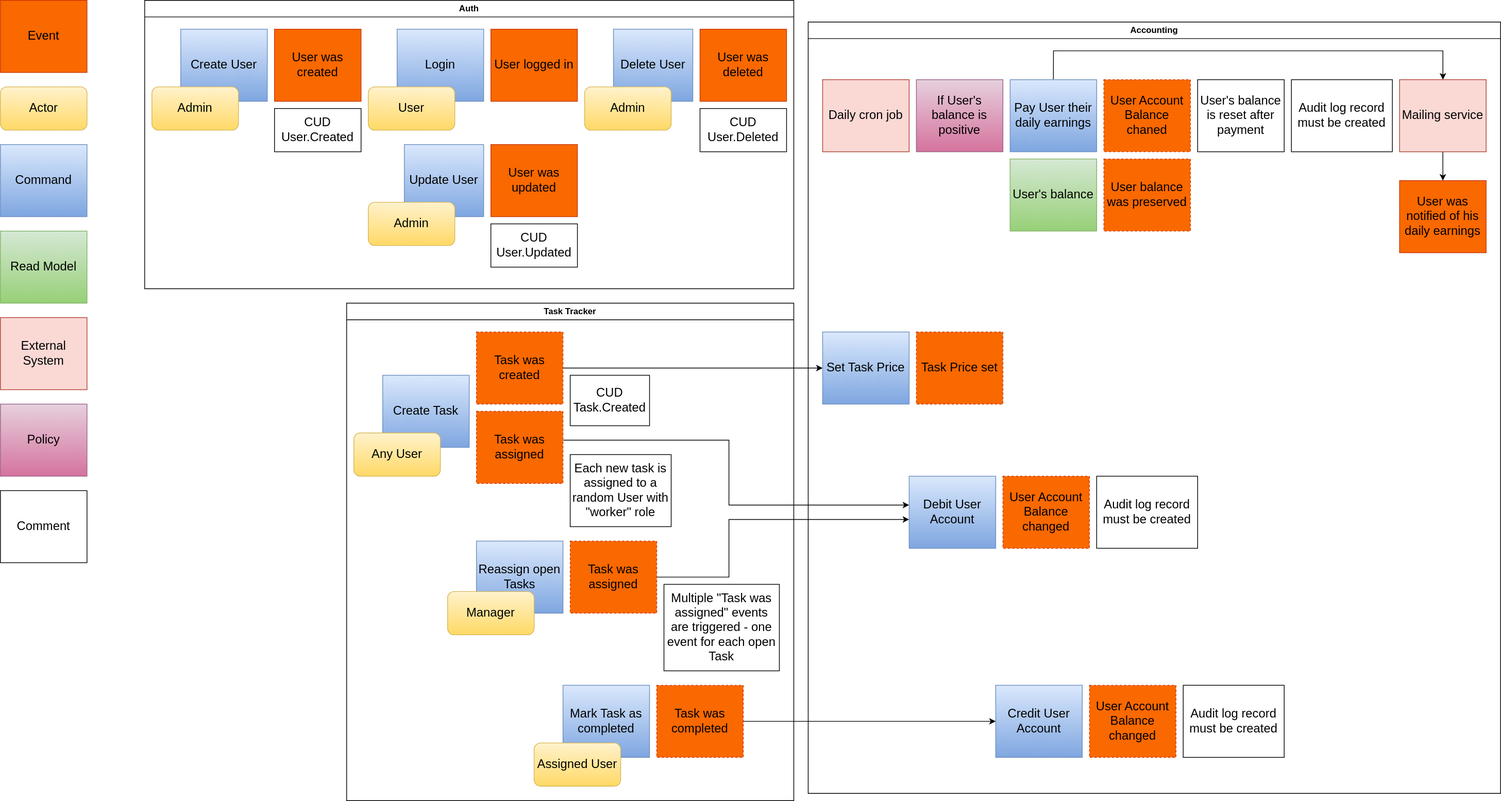
This is event-storming.drawio.svg from d-ryzhykau/async-architecture, a draw.io export, as it was before one commit. Source tidied: cells renumbered, new cells last; positions are measured from the earlier drawing's top-left corner, leaving out a move shared by most shapes.
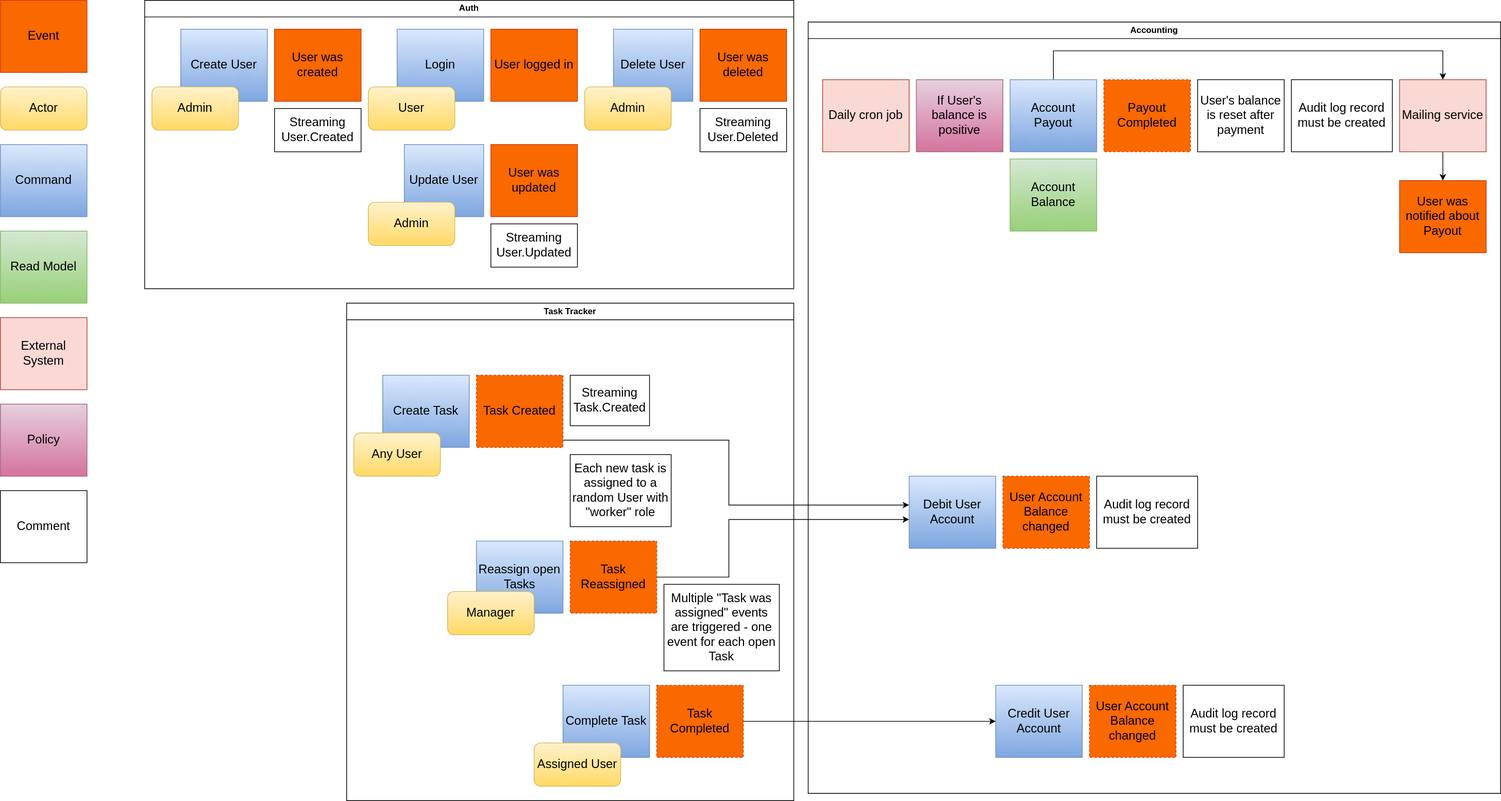
The same file after the commit.

What changed in the source:
```diff
@@ -20,11 +20,9 @@
     <mxCell id="7" value="Read Model" style="rounded=0;whiteSpace=wrap;html=1;fillColor=#d5e8d4;strokeColor=#82b366;fontSize=17;gradientColor=#97d077;" parent="1" vertex="1">
       <mxGeometry y="320" width="120" height="100" as="geometry" />
     </mxCell>
-    <mxCell id="8" style="edgeStyle=orthogonalEdgeStyle;rounded=0;jumpStyle=arc;html=1;endArrow=classic;endFill=1;" parent="1" edge="1" source="38" target="50">
-      <mxGeometry relative="1" as="geometry" />
-    </mxCell>
-    <mxCell id="9" style="edgeStyle=orthogonalEdgeStyle;rounded=0;jumpStyle=arc;html=1;endArrow=classic;endFill=1;" parent="1" edge="1" source="41" target="54">
+    <mxCell id="9" style="edgeStyle=orthogonalEdgeStyle;rounded=0;jumpStyle=arc;html=1;endArrow=classic;endFill=1;" parent="1" edge="1" target="54">
       <mxGeometry relative="1" as="geometry">
+        <mxPoint x="780" y="610" as="sourcePoint" />
         <Array as="points">
           <mxPoint x="1010" y="610" />
           <mxPoint x="1010" y="700" />
@@ -63,7 +61,7 @@
     <mxCell id="18" value="Admin" style="rounded=1;whiteSpace=wrap;html=1;fontSize=17;fillColor=#fff2cc;gradientColor=#ffd966;strokeColor=#d6b656;" parent="12" vertex="1">
       <mxGeometry x="10" y="120" width="120" height="60" as="geometry" />
     </mxCell>
-    <mxCell id="19" value="CUD User.Created" style="rounded=0;whiteSpace=wrap;html=1;fontSize=17;labelBackgroundColor=none;fillColor=default;" parent="12" vertex="1">
+    <mxCell id="19" value="Streaming User.Created" style="rounded=0;whiteSpace=wrap;html=1;fontSize=17;labelBackgroundColor=none;fillColor=default;" parent="12" vertex="1">
       <mxGeometry x="180" y="150" width="120" height="60" as="geometry" />
     </mxCell>
     <mxCell id="20" value="User was updated" style="rounded=0;whiteSpace=wrap;html=1;fillColor=#fa6800;fontColor=#000000;strokeColor=#C73500;fontSize=17;" parent="12" vertex="1">
@@ -75,7 +73,7 @@
     <mxCell id="22" value="Admin" style="rounded=1;whiteSpace=wrap;html=1;fontSize=17;fillColor=#fff2cc;gradientColor=#ffd966;strokeColor=#d6b656;" parent="12" vertex="1">
       <mxGeometry x="310" y="280" width="120" height="60" as="geometry" />
     </mxCell>
-    <mxCell id="23" value="CUD User.Updated" style="rounded=0;whiteSpace=wrap;html=1;fontSize=17;labelBackgroundColor=none;fillColor=default;" parent="12" vertex="1">
+    <mxCell id="23" value="Streaming User.Updated" style="rounded=0;whiteSpace=wrap;html=1;fontSize=17;labelBackgroundColor=none;fillColor=default;" parent="12" vertex="1">
       <mxGeometry x="480" y="310" width="120" height="60" as="geometry" />
     </mxCell>
     <mxCell id="24" value="User was deleted" style="rounded=0;whiteSpace=wrap;html=1;fillColor=#fa6800;fontColor=#000000;strokeColor=#C73500;fontSize=17;" parent="12" vertex="1">
@@ -87,13 +85,13 @@
     <mxCell id="26" value="Admin" style="rounded=1;whiteSpace=wrap;html=1;fontSize=17;fillColor=#fff2cc;gradientColor=#ffd966;strokeColor=#d6b656;" parent="12" vertex="1">
       <mxGeometry x="610" y="120" width="120" height="60" as="geometry" />
     </mxCell>
-    <mxCell id="27" value="CUD User.Deleted" style="rounded=0;whiteSpace=wrap;html=1;fontSize=17;labelBackgroundColor=none;fillColor=default;" parent="12" vertex="1">
+    <mxCell id="27" value="Streaming User.Deleted" style="rounded=0;whiteSpace=wrap;html=1;fontSize=17;labelBackgroundColor=none;fillColor=default;" parent="12" vertex="1">
       <mxGeometry x="770" y="150" width="120" height="60" as="geometry" />
     </mxCell>
     <mxCell id="28" value="Task Tracker" style="swimlane;whiteSpace=wrap;html=1;fillColor=default;" parent="1" vertex="1">
       <mxGeometry x="480" y="420" width="620" height="690" as="geometry" />
     </mxCell>
-    <mxCell id="29" value="Task was assigned" style="rounded=0;whiteSpace=wrap;html=1;fillColor=#fa6800;fontColor=#000000;strokeColor=#C73500;fontSize=17;dashed=1;" parent="28" vertex="1">
+    <mxCell id="29" value="Task Reassigned" style="rounded=0;whiteSpace=wrap;html=1;fillColor=#fa6800;fontColor=#000000;strokeColor=#C73500;fontSize=17;dashed=1;" parent="28" vertex="1">
       <mxGeometry x="310" y="330" width="120" height="100" as="geometry" />
     </mxCell>
     <mxCell id="30" value="Reassign open Tasks" style="rounded=0;whiteSpace=wrap;html=1;fillColor=#dae8fc;strokeColor=#6c8ebf;fontSize=17;gradientColor=#7ea6e0;" parent="28" vertex="1">
@@ -105,13 +103,13 @@
     <mxCell id="32" value="Multiple &quot;Task was assigned&quot; events are triggered - one event for each open Task" style="rounded=0;whiteSpace=wrap;html=1;fontSize=17;" parent="28" vertex="1">
       <mxGeometry x="440" y="390" width="160" height="120" as="geometry" />
     </mxCell>
-    <mxCell id="33" value="Mark Task as completed" style="rounded=0;whiteSpace=wrap;html=1;fillColor=#dae8fc;strokeColor=#6c8ebf;fontSize=17;gradientColor=#7ea6e0;" parent="28" vertex="1">
+    <mxCell id="33" value="Complete Task" style="rounded=0;whiteSpace=wrap;html=1;fillColor=#dae8fc;strokeColor=#6c8ebf;fontSize=17;gradientColor=#7ea6e0;" parent="28" vertex="1">
       <mxGeometry x="300" y="530" width="120" height="100" as="geometry" />
     </mxCell>
     <mxCell id="34" value="Assigned User" style="rounded=1;whiteSpace=wrap;html=1;fontSize=17;fillColor=#fff2cc;gradientColor=#ffd966;strokeColor=#d6b656;" parent="28" vertex="1">
       <mxGeometry x="260" y="610" width="120" height="60" as="geometry" />
     </mxCell>
-    <mxCell id="35" value="Task was completed" style="rounded=0;whiteSpace=wrap;html=1;fillColor=#fa6800;fontColor=#000000;strokeColor=#C73500;fontSize=17;dashed=1;" parent="28" vertex="1">
+    <mxCell id="35" value="Task Completed" style="rounded=0;whiteSpace=wrap;html=1;fillColor=#fa6800;fontColor=#000000;strokeColor=#C73500;fontSize=17;dashed=1;" parent="28" vertex="1">
       <mxGeometry x="430" y="530" width="120" height="100" as="geometry" />
     </mxCell>
     <mxCell id="36" value="Create Task" style="rounded=0;whiteSpace=wrap;html=1;fillColor=#dae8fc;strokeColor=#6c8ebf;fontSize=17;gradientColor=#7ea6e0;" parent="28" vertex="1">
@@ -120,22 +118,19 @@
     <mxCell id="37" value="Any User" style="rounded=1;whiteSpace=wrap;html=1;fontSize=17;fillColor=#fff2cc;gradientColor=#ffd966;strokeColor=#d6b656;" parent="28" vertex="1">
       <mxGeometry x="10" y="180" width="120" height="60" as="geometry" />
     </mxCell>
-    <mxCell id="38" value="Task was created" style="rounded=0;whiteSpace=wrap;html=1;fillColor=#fa6800;fontColor=#000000;strokeColor=#C73500;fontSize=17;dashed=1;" parent="28" vertex="1">
-      <mxGeometry x="180" y="40" width="120" height="100" as="geometry" />
+    <mxCell id="38" value="Task Created" style="rounded=0;whiteSpace=wrap;html=1;fillColor=#fa6800;fontColor=#000000;strokeColor=#C73500;fontSize=17;dashed=1;" parent="28" vertex="1">
+      <mxGeometry x="180" y="100" width="120" height="100" as="geometry" />
     </mxCell>
-    <mxCell id="39" value="CUD Task.Created" style="rounded=0;whiteSpace=wrap;html=1;fontSize=17;labelBackgroundColor=none;fillColor=default;" parent="28" vertex="1">
+    <mxCell id="39" value="Streaming Task.Created" style="rounded=0;whiteSpace=wrap;html=1;fontSize=17;labelBackgroundColor=none;fillColor=default;" parent="28" vertex="1">
       <mxGeometry x="310" y="100" width="110" height="70" as="geometry" />
     </mxCell>
     <mxCell id="40" value="Each new task is assigned to a random User with &quot;worker&quot; role" style="rounded=0;whiteSpace=wrap;html=1;fontSize=17;labelBackgroundColor=none;fillColor=default;" parent="28" vertex="1">
       <mxGeometry x="310" y="210" width="140" height="100" as="geometry" />
     </mxCell>
-    <mxCell id="41" value="Task was assigned" style="rounded=0;whiteSpace=wrap;html=1;fillColor=#fa6800;fontColor=#000000;strokeColor=#C73500;fontSize=17;dashed=1;" parent="28" vertex="1">
-      <mxGeometry x="180" y="150" width="120" height="100" as="geometry" />
-    </mxCell>
     <mxCell id="42" value="Accounting" style="swimlane;whiteSpace=wrap;html=1;fillColor=default;" parent="1" vertex="1">
       <mxGeometry x="1120" y="30" width="960" height="1070" as="geometry" />
     </mxCell>
-    <mxCell id="43" value="User Account Balance chaned" style="rounded=0;whiteSpace=wrap;html=1;fillColor=#fa6800;fontColor=#000000;strokeColor=#C73500;fontSize=17;dashed=1;" parent="42" vertex="1">
+    <mxCell id="43" value="Payout Completed" style="rounded=0;whiteSpace=wrap;html=1;fillColor=#fa6800;fontColor=#000000;strokeColor=#C73500;fontSize=17;dashed=1;" parent="42" vertex="1">
       <mxGeometry x="410" y="80" width="120" height="100" as="geometry" />
     </mxCell>
     <mxCell id="44" style="edgeStyle=orthogonalEdgeStyle;rounded=0;html=1;exitX=0.5;exitY=0;exitDx=0;exitDy=0;" parent="42" edge="1" source="45" target="59">
@@ -146,24 +141,12 @@
         </Array>
       </mxGeometry>
     </mxCell>
-    <mxCell id="45" value="Pay User their daily earnings" style="rounded=0;whiteSpace=wrap;html=1;fillColor=#dae8fc;strokeColor=#6c8ebf;fontSize=17;gradientColor=#7ea6e0;" parent="42" vertex="1">
+    <mxCell id="45" value="Account Payout" style="rounded=0;whiteSpace=wrap;html=1;fillColor=#dae8fc;strokeColor=#6c8ebf;fontSize=17;gradientColor=#7ea6e0;" parent="42" vertex="1">
       <mxGeometry x="280" y="80" width="120" height="100" as="geometry" />
     </mxCell>
     <mxCell id="46" value="If User's balance is positive" style="rounded=0;whiteSpace=wrap;html=1;fillColor=#e6d0de;strokeColor=#996185;fontSize=17;gradientColor=#d5739d;" parent="42" vertex="1">
       <mxGeometry x="150" y="80" width="120" height="100" as="geometry" />
     </mxCell>
-    <mxCell id="47" value="User balance was preserved" style="rounded=0;whiteSpace=wrap;html=1;fillColor=#fa6800;fontColor=#000000;strokeColor=#C73500;fontSize=17;dashed=1;" parent="42" vertex="1">
-      <mxGeometry x="410" y="190" width="120" height="100" as="geometry" />
-    </mxCell>
-    <mxCell id="48" value="User's balance" style="rounded=0;whiteSpace=wrap;html=1;fillColor=#d5e8d4;strokeColor=#82b366;fontSize=17;gradientColor=#97d077;" parent="42" vertex="1">
-      <mxGeometry x="280" y="190" width="120" height="100" as="geometry" />
-    </mxCell>
-    <mxCell id="49" value="Task Price set" style="rounded=0;whiteSpace=wrap;html=1;fillColor=#fa6800;fontColor=#000000;strokeColor=#C73500;fontSize=17;dashed=1;" parent="42" vertex="1">
-      <mxGeometry x="150" y="430" width="120" height="100" as="geometry" />
-    </mxCell>
-    <mxCell id="50" value="Set Task Price" style="rounded=0;whiteSpace=wrap;html=1;fillColor=#dae8fc;strokeColor=#6c8ebf;fontSize=17;gradientColor=#7ea6e0;" parent="42" vertex="1">
-      <mxGeometry x="20" y="430" width="120" height="100" as="geometry" />
-    </mxCell>
     <mxCell id="51" value="User's balance is reset after payment" style="rounded=0;whiteSpace=wrap;html=1;fontSize=17;labelBackgroundColor=none;fillColor=default;" parent="42" vertex="1">
       <mxGeometry x="540" y="80" width="120" height="100" as="geometry" />
     </mxCell>
@@ -191,7 +174,7 @@
     <mxCell id="59" value="Mailing service" style="rounded=0;whiteSpace=wrap;html=1;fillColor=#fad9d5;strokeColor=#ae4132;fontSize=17;labelBackgroundColor=none;" parent="42" vertex="1">
       <mxGeometry x="820" y="80" width="120" height="100" as="geometry" />
     </mxCell>
-    <mxCell id="60" value="User was notified of his daily earnings" style="rounded=0;whiteSpace=wrap;html=1;fillColor=#fa6800;fontColor=#000000;strokeColor=#C73500;fontSize=17;labelBackgroundColor=none;" parent="42" vertex="1">
+    <mxCell id="60" value="User was notified about Payout" style="rounded=0;whiteSpace=wrap;html=1;fillColor=#fa6800;fontColor=#000000;strokeColor=#C73500;fontSize=17;labelBackgroundColor=none;" parent="42" vertex="1">
       <mxGeometry x="820" y="220" width="120" height="100" as="geometry" />
     </mxCell>
     <mxCell id="61" value="Audit log record must be created" style="rounded=0;whiteSpace=wrap;html=1;fontSize=17;labelBackgroundColor=none;fillColor=default;" parent="42" vertex="1">
@@ -200,6 +183,9 @@
     <mxCell id="62" value="Audit log record must be created" style="rounded=0;whiteSpace=wrap;html=1;fontSize=17;labelBackgroundColor=none;fillColor=default;" parent="42" vertex="1">
       <mxGeometry x="520" y="920" width="140" height="100" as="geometry" />
     </mxCell>
+    <mxCell id="64" value="Account Balance" style="rounded=0;whiteSpace=wrap;html=1;fillColor=#d5e8d4;strokeColor=#82b366;fontSize=17;gradientColor=#97d077;" parent="42" vertex="1">
+      <mxGeometry x="280" y="190" width="120" height="100" as="geometry" />
+    </mxCell>
     <mxCell id="63" style="edgeStyle=orthogonalEdgeStyle;rounded=0;html=1;" parent="1" edge="1" source="35" target="56">
       <mxGeometry relative="1" as="geometry" />
     </mxCell>
```
